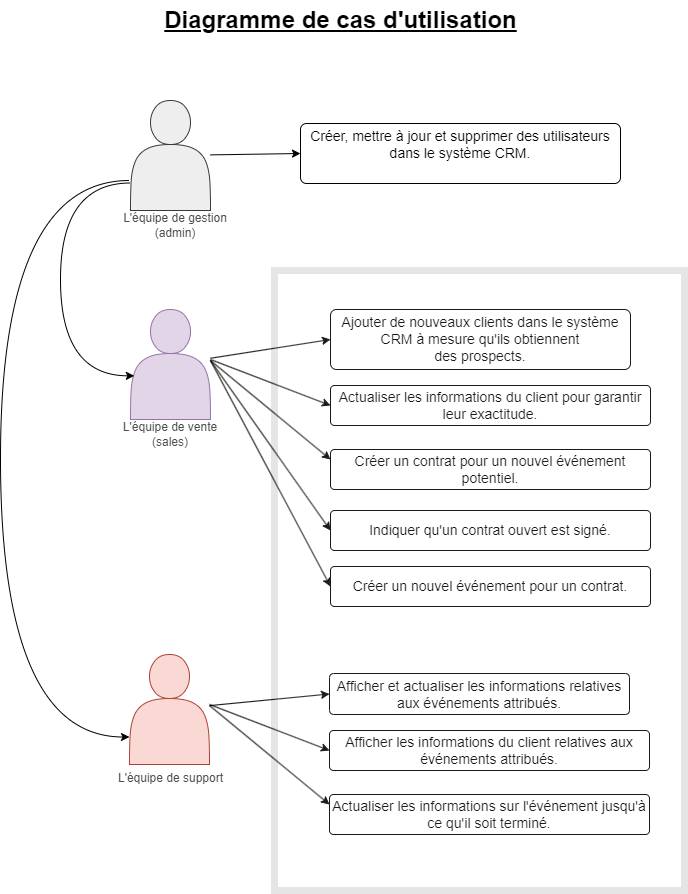
Appryll/Projet-12-D-veloppez-une-architecture-back-end-s-curis-e-en-utilisant-Django-ORM keeps this draw.io diagram as img/Diagramme de cas d'utilisation.png. Above is the earlier version. Source tidied: cells renumbered, new cells last; positions are measured from the earlier drawing's top-left corner, leaving out a move shared by most shapes.
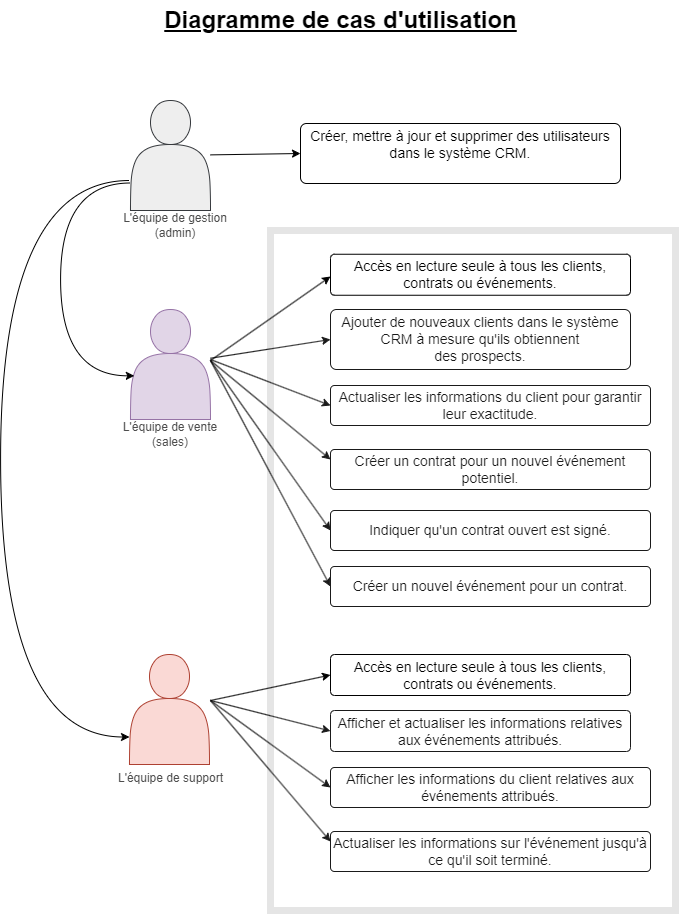
The same file after the commit.

Change to the diagram source:
```diff
@@ -86,29 +86,31 @@
       <mxGeometry x="116" y="763" width="109" height="30" as="geometry" />
     </mxCell>
     <mxCell id="25" value="&lt;div style=&quot;&quot;&gt;&lt;div style=&quot;&quot;&gt;Afficher et actualiser les informations relatives aux événements attribués.&lt;br&gt;&lt;/div&gt;&lt;/div&gt;" style="rounded=1;arcSize=10;whiteSpace=wrap;html=1;align=center;labelBackgroundColor=none;sketch=0;fontFamily=Helvetica;fontSize=14;" parent="1" vertex="1">
-      <mxGeometry x="329" y="673" width="300" height="41" as="geometry" />
+      <mxGeometry x="330" y="710" width="300" height="41" as="geometry" />
     </mxCell>
     <mxCell id="26" value="&lt;div style=&quot;&quot;&gt;Afficher les informations du client relatives aux événements attribués.&lt;br&gt;&lt;/div&gt;" style="rounded=1;arcSize=10;whiteSpace=wrap;html=1;align=center;labelBackgroundColor=none;sketch=0;fontFamily=Helvetica;fontSize=14;" parent="1" vertex="1">
-      <mxGeometry x="329" y="730" width="320" height="40" as="geometry" />
+      <mxGeometry x="330" y="767" width="320" height="40" as="geometry" />
     </mxCell>
-    <mxCell id="27" style="endArrow=classic;html=1;rounded=0;fontFamily=Helvetica;fontSize=14;fontColor=#4D4D4D;entryX=0;entryY=0.5;entryDx=0;entryDy=0;" parent="1" edge="1" source="23" target="25">
-      <mxGeometry relative="1" as="geometry" />
+    <mxCell id="27" style="endArrow=classic;html=1;rounded=0;fontFamily=Helvetica;fontSize=14;fontColor=#4D4D4D;entryX=0;entryY=0.5;entryDx=0;entryDy=0;" parent="1" edge="1" target="25">
+      <mxGeometry relative="1" as="geometry">
+        <mxPoint x="210" y="700" as="sourcePoint" />
+      </mxGeometry>
     </mxCell>
     <mxCell id="28" style="endArrow=classic;html=1;rounded=0;fontFamily=Helvetica;fontSize=14;fontColor=#4D4D4D;entryX=0;entryY=0.5;entryDx=0;entryDy=0;" parent="1" edge="1" target="26">
       <mxGeometry relative="1" as="geometry">
-        <mxPoint x="209" y="704" as="sourcePoint" />
+        <mxPoint x="210" y="700" as="sourcePoint" />
       </mxGeometry>
     </mxCell>
     <mxCell id="29" value="&lt;div style=&quot;&quot;&gt;Actualiser les informations sur l'événement jusqu'à ce qu'il soit terminé.&lt;br&gt;&lt;/div&gt;" style="rounded=1;arcSize=10;whiteSpace=wrap;html=1;align=center;labelBackgroundColor=none;sketch=0;fontFamily=Helvetica;fontSize=14;" parent="1" vertex="1">
-      <mxGeometry x="329" y="794" width="320" height="40" as="geometry" />
+      <mxGeometry x="330" y="831" width="320" height="40" as="geometry" />
     </mxCell>
     <mxCell id="30" style="endArrow=classic;html=1;rounded=0;fontFamily=Helvetica;fontSize=14;fontColor=#4D4D4D;entryX=0;entryY=0.25;entryDx=0;entryDy=0;" parent="1" edge="1" target="29">
       <mxGeometry relative="1" as="geometry">
-        <mxPoint x="209" y="705" as="sourcePoint" />
+        <mxPoint x="210" y="700" as="sourcePoint" />
       </mxGeometry>
     </mxCell>
     <mxCell id="31" style="rounded=0;whiteSpace=wrap;html=1;shadow=0;labelBackgroundColor=none;sketch=0;fontFamily=Helvetica;fontSize=10;fontColor=#999999;strokeColor=#000000;fillColor=#FFFFFF;opacity=10;strokeWidth=7;" parent="1" vertex="1">
-      <mxGeometry x="274" y="270" width="410" height="620" as="geometry" />
+      <mxGeometry x="270" y="230" width="405" height="680" as="geometry" />
     </mxCell>
     <mxCell id="32" style="endArrow=classic;html=1;rounded=0;fontFamily=Helvetica;fontSize=10;fontColor=#999999;exitX=0;exitY=0.75;exitDx=0;exitDy=0;entryX=0.048;entryY=0.603;entryDx=0;entryDy=0;entryPerimeter=0;edgeStyle=orthogonalEdgeStyle;curved=1;" parent="1" edge="1" source="3" target="9">
       <mxGeometry relative="1" as="geometry">
@@ -127,5 +129,22 @@
         </Array>
       </mxGeometry>
     </mxCell>
+    <mxCell id="34" value="&lt;div style=&quot;&quot;&gt;&lt;div style=&quot;&quot;&gt;Accès en lecture seule à tous les clients, contrats ou événements.&lt;br&gt;&lt;/div&gt;&lt;/div&gt;" style="rounded=1;arcSize=10;whiteSpace=wrap;html=1;align=center;labelBackgroundColor=none;sketch=0;fontFamily=Helvetica;fontSize=14;" parent="1" vertex="1">
+      <mxGeometry x="330" y="654" width="300" height="41" as="geometry" />
+    </mxCell>
+    <mxCell id="35" style="endArrow=classic;html=1;rounded=0;fontFamily=Helvetica;fontSize=14;fontColor=#4D4D4D;entryX=0;entryY=0.5;entryDx=0;entryDy=0;" parent="1" edge="1" target="34">
+      <mxGeometry relative="1" as="geometry">
+        <mxPoint x="210" y="700" as="sourcePoint" />
+      </mxGeometry>
+    </mxCell>
+    <mxCell id="36" value="&lt;div style=&quot;&quot;&gt;&lt;div style=&quot;&quot;&gt;Accès en lecture seule à tous les clients, contrats ou événements.&lt;br&gt;&lt;/div&gt;&lt;/div&gt;" style="rounded=1;arcSize=10;whiteSpace=wrap;html=1;align=center;labelBackgroundColor=none;sketch=0;fontFamily=Helvetica;fontSize=14;" parent="1" vertex="1">
+      <mxGeometry x="330" y="253.8" width="300" height="41" as="geometry" />
+    </mxCell>
+    <mxCell id="37" style="endArrow=classic;html=1;rounded=0;fontFamily=Helvetica;fontSize=14;fontColor=#4D4D4D;entryX=0;entryY=0.5;entryDx=0;entryDy=0;" parent="1" edge="1">
+      <mxGeometry relative="1" as="geometry">
+        <mxPoint x="210" y="360" as="sourcePoint" />
+        <mxPoint x="330" y="276" as="targetPoint" />
+      </mxGeometry>
+    </mxCell>
   </root>
 </mxGraphModel>
```
